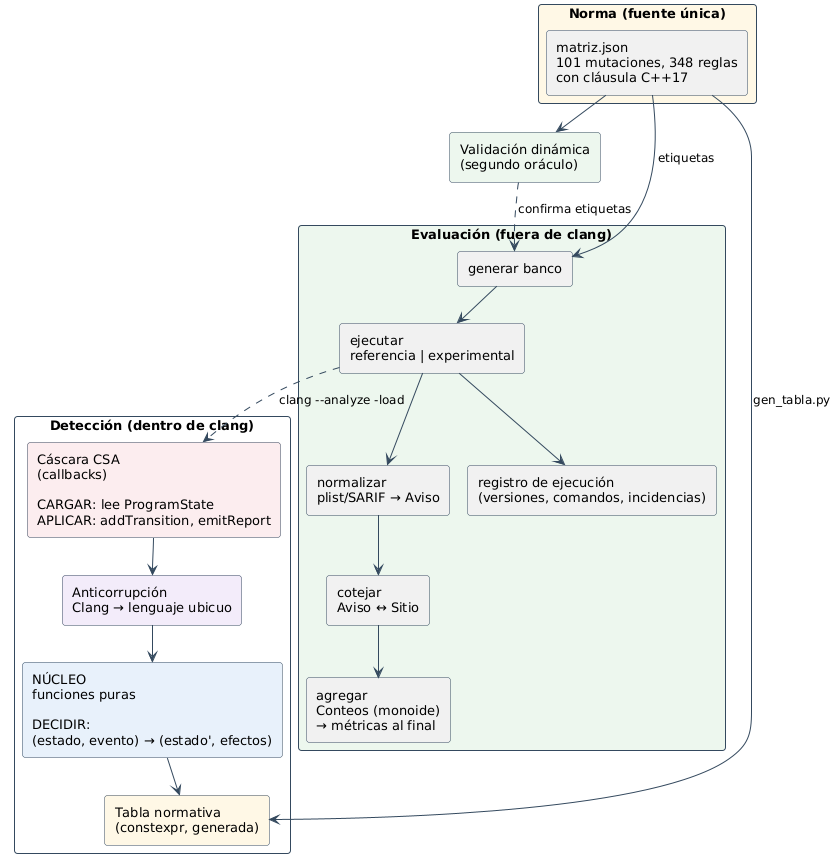
Above: libro/diagramas/png/5-6-arquitectura-logica.png in jasrod12ucsm/checker (PlantUML), before the change. The source it was exported from:
```plantuml
@startuml
!include _estilo.iuml

rectangle "Detección (dentro de clang)" as det {
  rectangle "Cáscara CSA\n(callbacks)\n\nCARGAR: lee ProgramState\nAPLICAR: addTransition, emitReport" as shell #FCEDEF
  rectangle "Anticorrupción\nClang → lenguaje ubicuo" as acl #F3ECFA
  rectangle "NÚCLEO\nfunciones puras\n\nDECIDIR:\n(estado, evento) → (estado', efectos)" as core #E8F1FB
  rectangle "Tabla normativa\n(constexpr, generada)" as tab #FFF8E6
}

rectangle "Norma (fuente única)" as norma #FFF8E6 {
  rectangle "matriz.json\n101 mutaciones, 348 reglas\ncon cláusula C++17" as matriz
}

rectangle "Evaluación (fuera de clang)" as eval #EDF7EE {
  rectangle "generar banco" as g
  rectangle "ejecutar\nreferencia | experimental" as e
  rectangle "normalizar\nplist/SARIF → Aviso" as n
  rectangle "cotejar\nAviso ↔ Sitio" as m
  rectangle "agregar\nConteos (monoide)\n→ métricas al final" as a
  rectangle "registro de ejecución\n(versiones, comandos, incidencias)" as r
}

rectangle "Validación dinámica\n(segundo oráculo)" as din #EDF7EE

shell --> acl
acl --> core
core --> tab
matriz --> tab : gen_tabla.py
matriz --> g : etiquetas
g --> e
e --> n
n --> m
m --> a
e --> r
e ..> shell : clang --analyze -load
matriz --> din
din ..> g : confirma etiquetas
@enduml
```
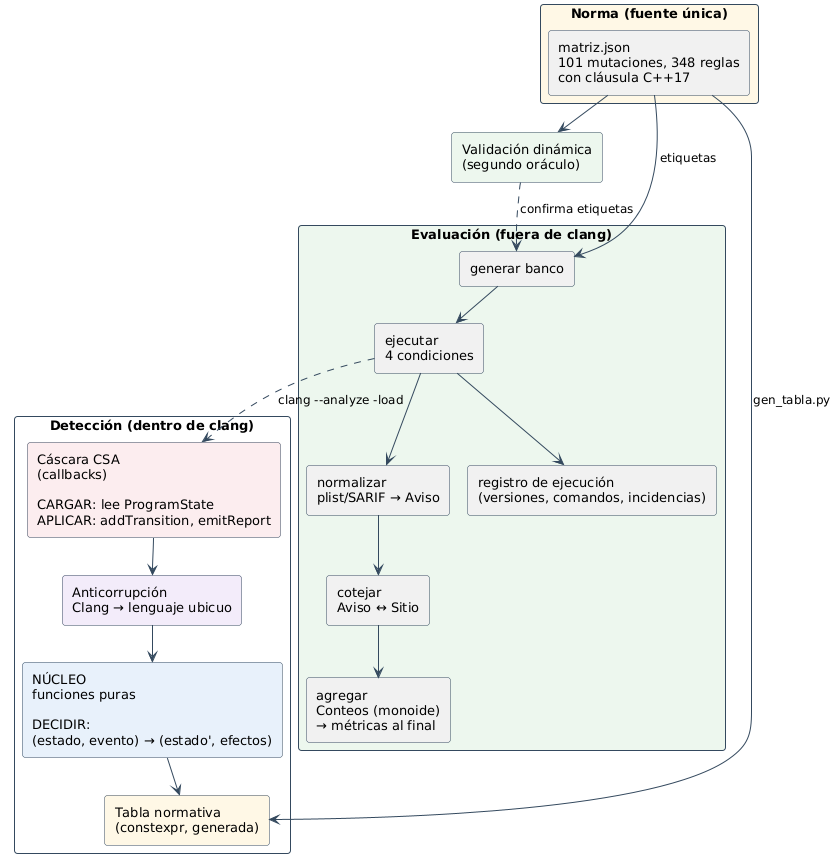
Above is the later version.

Change to the diagram source:
```diff
@@ -14,7 +14,7 @@
 
 rectangle "Evaluación (fuera de clang)" as eval #EDF7EE {
   rectangle "generar banco" as g
-  rectangle "ejecutar\nreferencia | experimental" as e
+  rectangle "ejecutar\n4 condiciones" as e
   rectangle "normalizar\nplist/SARIF → Aviso" as n
   rectangle "cotejar\nAviso ↔ Sitio" as m
   rectangle "agregar\nConteos (monoide)\n→ métricas al final" as a
```
